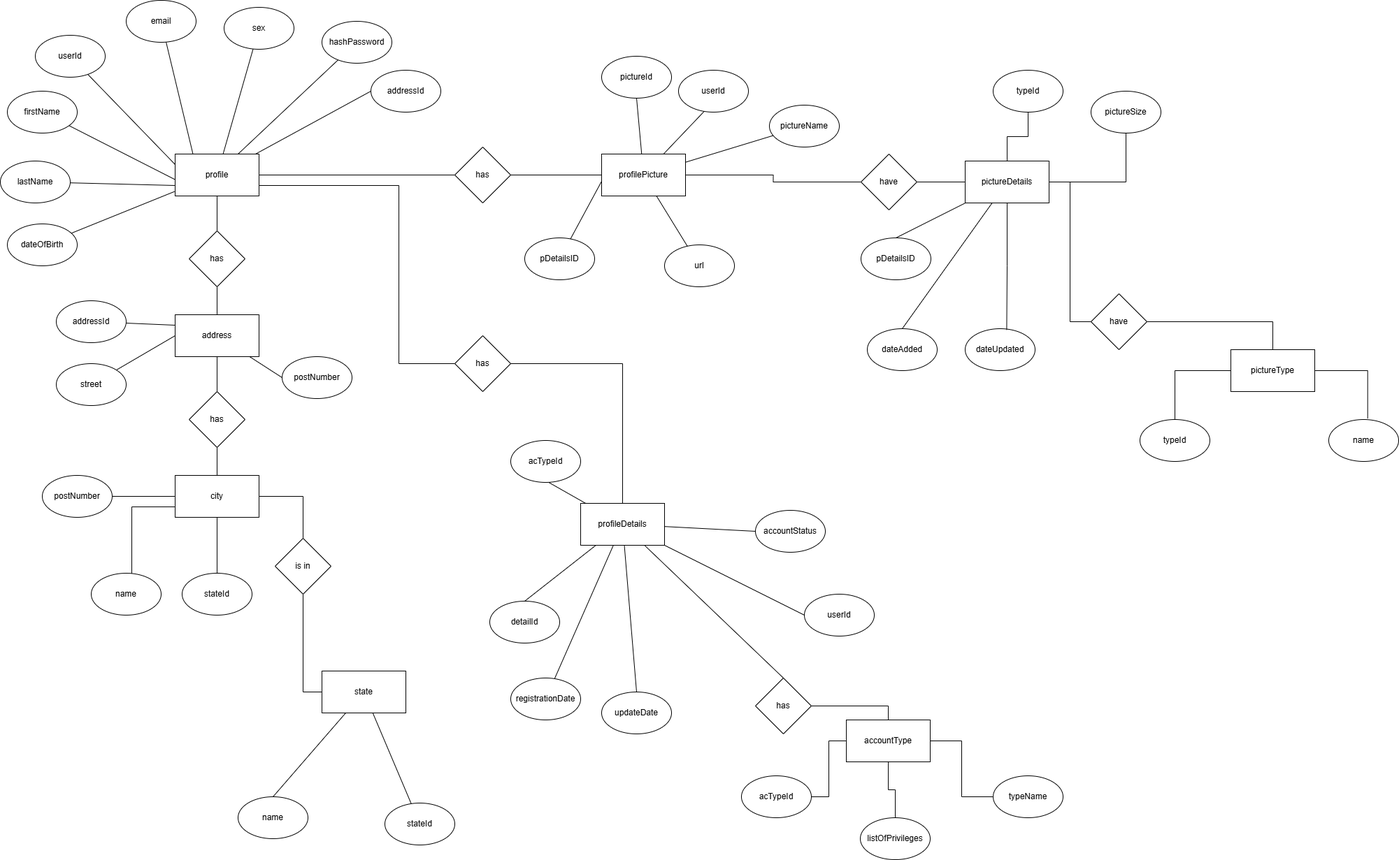
Above: documentation/Entity relation diagrams and relation model/png files/socialnet_er_version1.drawio.png in Josip1234/Social-net (draw.io), before the change. Source tidied: cells renumbered, new cells last; positions are measured from the earlier drawing's top-left corner, leaving out a move shared by most shapes.
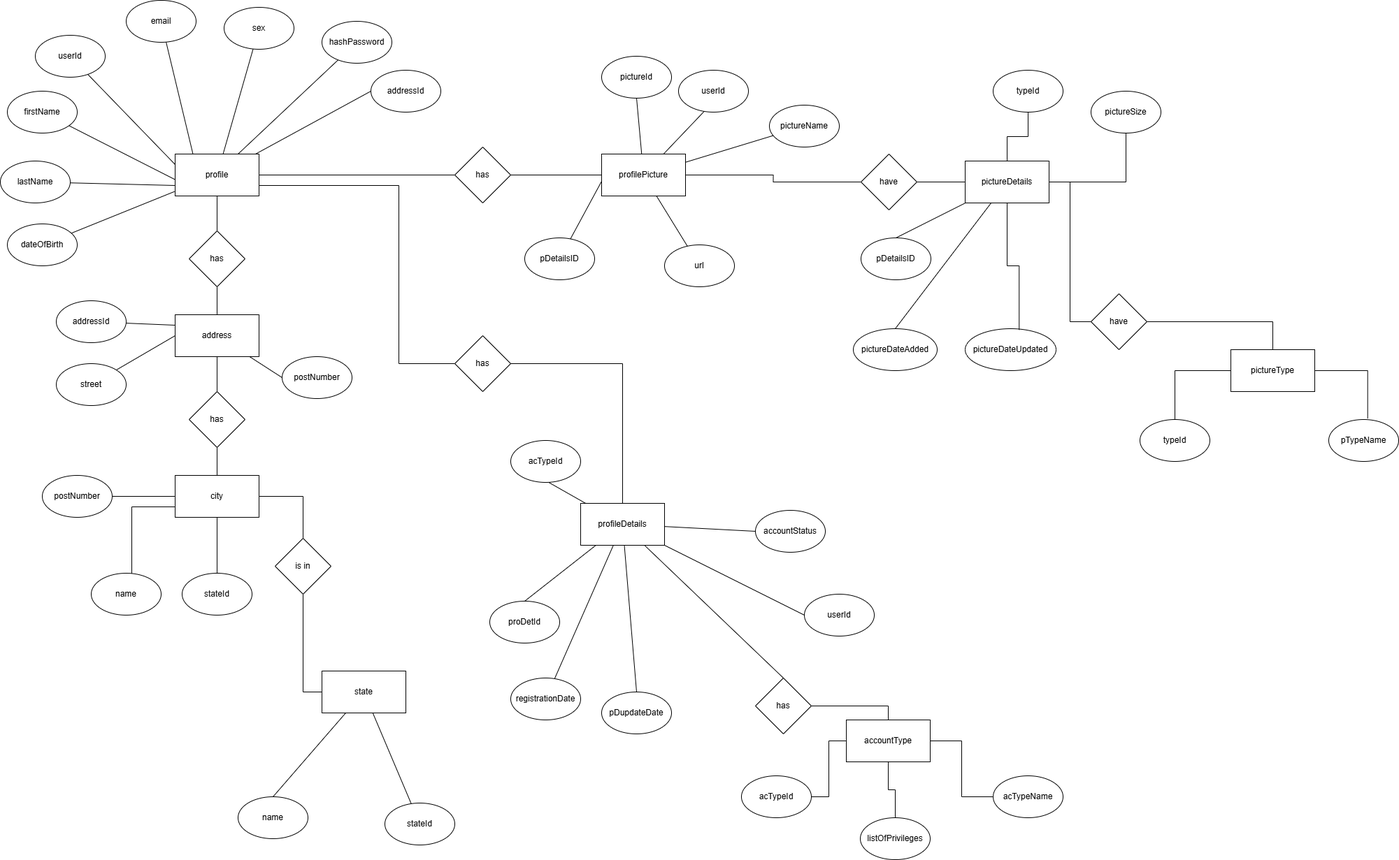
After the change.

Commit message:
Updated diagram verison1, changed attribute to fit table names, added new diagram for profile commments

Diff of the diagram source:
```diff
@@ -199,7 +199,7 @@
     <mxCell id="65" value="typeId" style="ellipse;whiteSpace=wrap;html=1;" parent="1" vertex="1">
       <mxGeometry x="1630" y="600" width="100" height="60" as="geometry" />
     </mxCell>
-    <mxCell id="66" value="name" style="ellipse;whiteSpace=wrap;html=1;" parent="1" vertex="1">
+    <mxCell id="66" value="pTypeName" style="ellipse;whiteSpace=wrap;html=1;" parent="1" vertex="1">
       <mxGeometry x="1900" y="600" width="100" height="60" as="geometry" />
     </mxCell>
     <mxCell id="67" style="edgeStyle=orthogonalEdgeStyle;rounded=0;jettySize=auto;html=1;entryX=0.557;entryY=-0.024;entryDx=0;entryDy=0;entryPerimeter=0;endArrow=none;endFill=0;" parent="1" edge="1" source="64" target="66">
@@ -226,7 +226,7 @@
     <mxCell id="74" value="userId" style="ellipse;whiteSpace=wrap;html=1;" parent="1" vertex="1">
       <mxGeometry x="1150" y="850" width="100" height="60" as="geometry" />
     </mxCell>
-    <mxCell id="75" value="detailId" style="ellipse;whiteSpace=wrap;html=1;" parent="1" vertex="1">
+    <mxCell id="75" value="proDetId" style="ellipse;whiteSpace=wrap;html=1;" parent="1" vertex="1">
       <mxGeometry x="700" y="860" width="100" height="60" as="geometry" />
     </mxCell>
     <mxCell id="76" style="rounded=0;jettySize=auto;html=1;endArrow=none;endFill=0;entryX=0.5;entryY=0;entryDx=0;entryDy=0;" parent="1" edge="1" source="73" target="75">
@@ -235,7 +235,7 @@
     <mxCell id="77" value="registrationDate" style="ellipse;whiteSpace=wrap;html=1;" parent="1" vertex="1">
       <mxGeometry x="730" y="970" width="100" height="60" as="geometry" />
     </mxCell>
-    <mxCell id="78" value="updateDate" style="ellipse;whiteSpace=wrap;html=1;" parent="1" vertex="1">
+    <mxCell id="78" value="pDupdateDate" style="ellipse;whiteSpace=wrap;html=1;" parent="1" vertex="1">
       <mxGeometry x="860" y="990" width="100" height="60" as="geometry" />
     </mxCell>
     <mxCell id="79" value="accountStatus" style="ellipse;whiteSpace=wrap;html=1;" parent="1" vertex="1">
@@ -271,7 +271,7 @@
     <mxCell id="89" style="edgeStyle=orthogonalEdgeStyle;rounded=0;jettySize=auto;html=1;entryX=1;entryY=0.5;entryDx=0;entryDy=0;endArrow=none;endFill=0;" parent="1" edge="1" source="90" target="83">
       <mxGeometry relative="1" as="geometry" />
     </mxCell>
-    <mxCell id="90" value="typeName" style="ellipse;whiteSpace=wrap;html=1;" parent="1" vertex="1">
+    <mxCell id="90" value="acTypeName" style="ellipse;whiteSpace=wrap;html=1;" parent="1" vertex="1">
       <mxGeometry x="1420" y="1110" width="100" height="60" as="geometry" />
     </mxCell>
     <mxCell id="91" value="listOfPrivileges" style="ellipse;whiteSpace=wrap;html=1;" parent="1" vertex="1">
@@ -321,11 +321,11 @@
     <mxCell id="105" style="rounded=0;jettySize=auto;html=1;entryX=0;entryY=0.5;entryDx=0;entryDy=0;endArrow=none;endFill=0;edgeStyle=orthogonalEdgeStyle;" parent="1" edge="1" source="99" target="62">
       <mxGeometry relative="1" as="geometry" />
     </mxCell>
-    <mxCell id="106" value="dateAdded" style="ellipse;whiteSpace=wrap;html=1;" parent="1" vertex="1">
-      <mxGeometry x="1240" y="470" width="100" height="60" as="geometry" />
+    <mxCell id="106" value="pictureDateAdded" style="ellipse;whiteSpace=wrap;html=1;" parent="1" vertex="1">
+      <mxGeometry x="1220" y="470" width="120" height="60" as="geometry" />
     </mxCell>
-    <mxCell id="107" value="dateUpdated" style="ellipse;whiteSpace=wrap;html=1;" parent="1" vertex="1">
-      <mxGeometry x="1380" y="470" width="100" height="60" as="geometry" />
+    <mxCell id="107" value="pictureDateUpdated" style="ellipse;whiteSpace=wrap;html=1;" parent="1" vertex="1">
+      <mxGeometry x="1380" y="470" width="130" height="60" as="geometry" />
     </mxCell>
     <mxCell id="108" style="edgeStyle=orthogonalEdgeStyle;rounded=0;jettySize=auto;html=1;entryX=0.594;entryY=0.028;entryDx=0;entryDy=0;entryPerimeter=0;endArrow=none;endFill=0;" parent="1" edge="1" source="99" target="107">
       <mxGeometry relative="1" as="geometry" />
```
